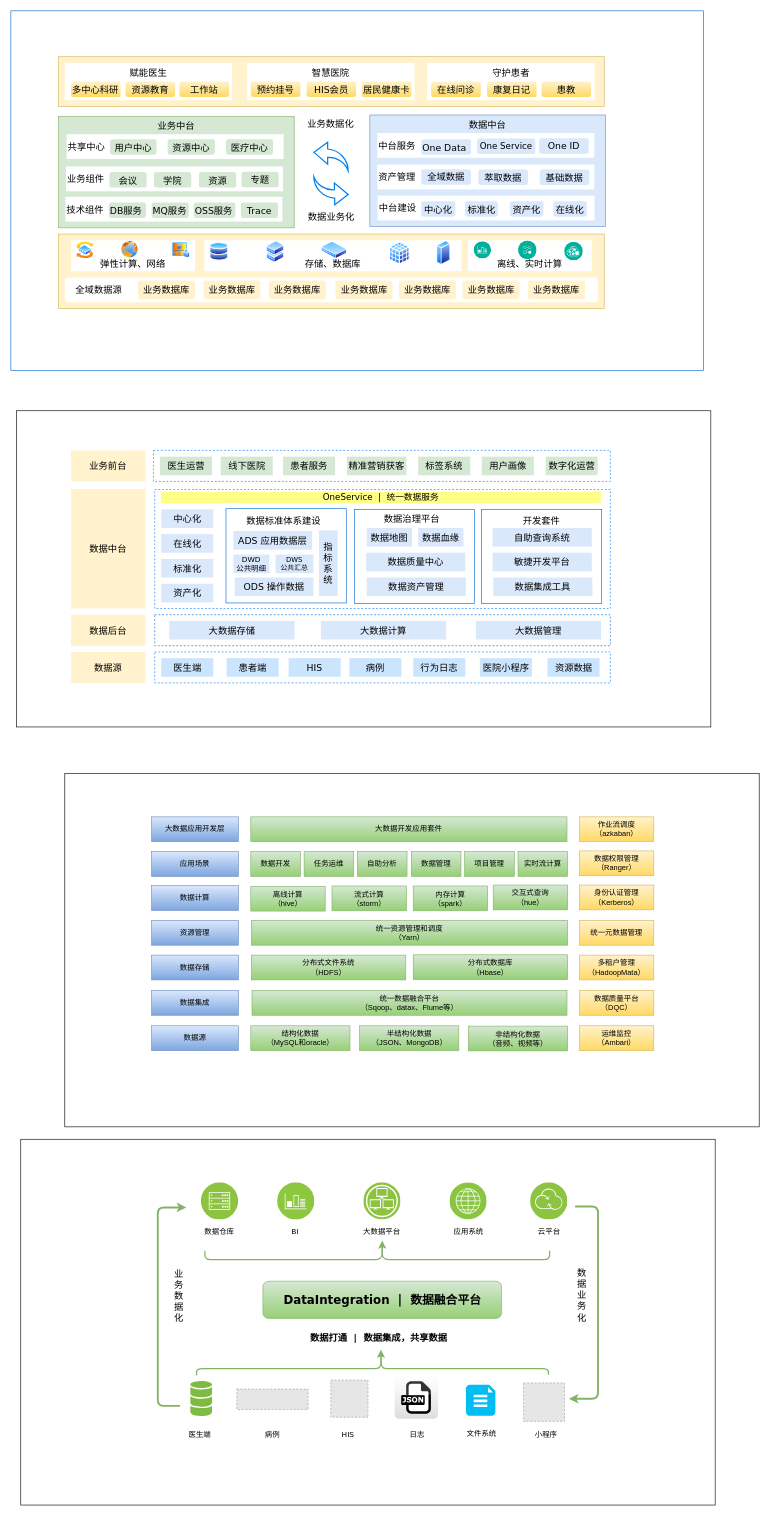
Above: allinmd_data.drawio in vectorxu/draw.io (draw.io), before the change. Source tidied: cells renumbered, new cells numbered last; positions are measured from the earlier drawing's top-left corner, leaving out a move shared by most shapes. Both pictures are drawn from the tidied source at 62%, with x=0, y=0 at pixel (11, 11). Pictures stored in the file or linked from it are replaced by grey dashed boxes.
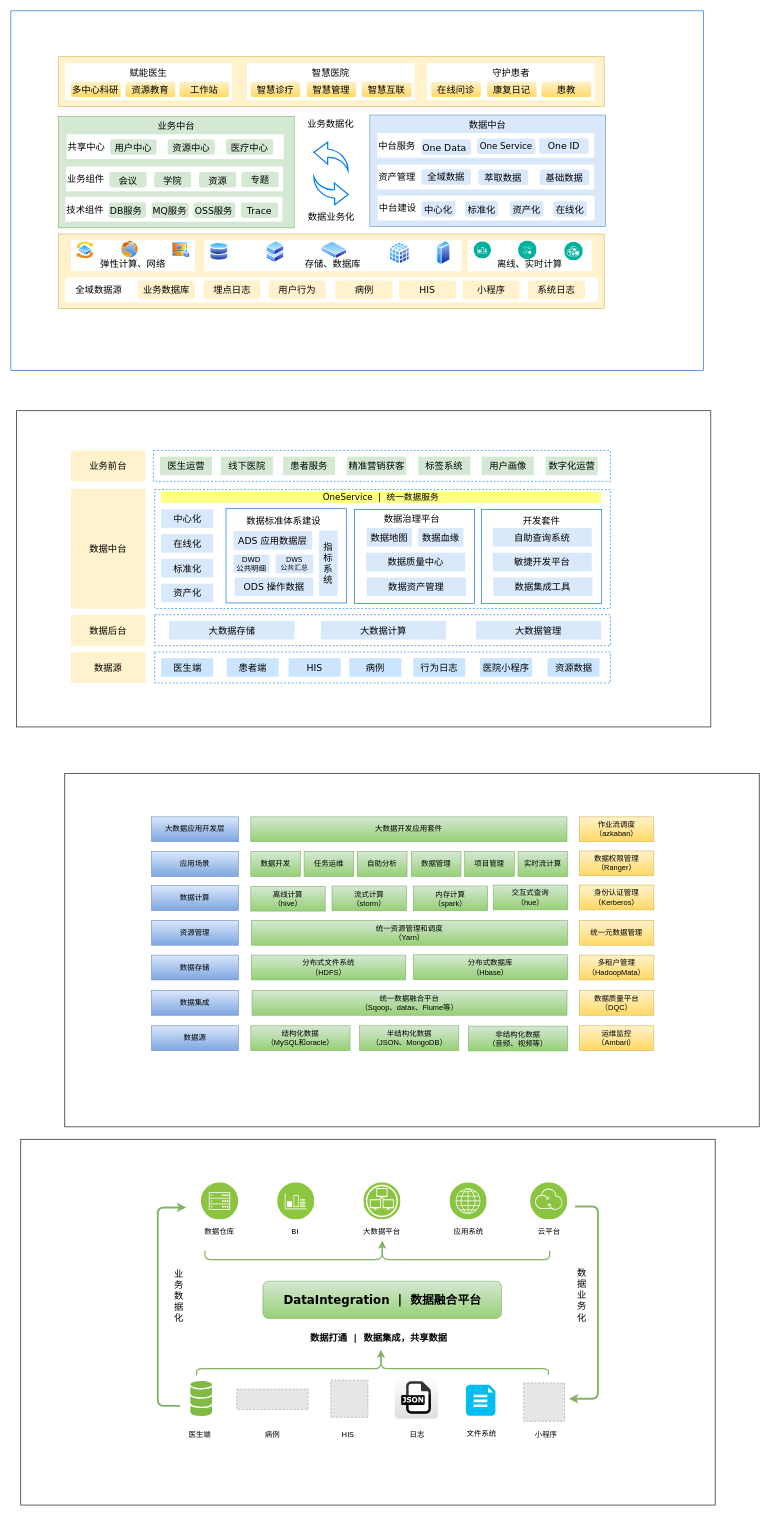
The same page after the edit.

Diff of the diagram source:
```diff
@@
-    <mxCell id="122" value="业务数据库" style="rounded=1;whiteSpace=wrap;html=1;labelBackgroundColor=none;strokeColor=none;strokeWidth=1;fillColor=#fff2cc;fontFamily=Verdana;fontSize=15;" parent="1" vertex="1">
+    <mxCell id="122" value="埋点日志" style="rounded=1;whiteSpace=wrap;html=1;labelBackgroundColor=none;strokeColor=none;strokeWidth=1;fillColor=#fff2cc;fontFamily=Verdana;fontSize=15;" parent="1" vertex="1">
       <mxGeometry x="310.5" y="435" width="92" height="30" as="geometry" />
     </mxCell>
-    <mxCell id="123" value="业务数据库" style="rounded=1;whiteSpace=wrap;html=1;labelBackgroundColor=none;strokeColor=none;strokeWidth=1;fillColor=#fff2cc;fontFamily=Verdana;fontSize=15;" parent="1" vertex="1">
+    <mxCell id="123" value="用户行为" style="rounded=1;whiteSpace=wrap;html=1;labelBackgroundColor=none;strokeColor=none;strokeWidth=1;fillColor=#fff2cc;fontFamily=Verdana;fontSize=15;" parent="1" vertex="1">
       <mxGeometry x="416" y="435" width="92" height="30" as="geometry" />
     </mxCell>
-    <mxCell id="124" value="业务数据库" style="rounded=1;whiteSpace=wrap;html=1;labelBackgroundColor=none;strokeColor=none;strokeWidth=1;fillColor=#fff2cc;fontFamily=Verdana;fontSize=15;" parent="1" vertex="1">
+    <mxCell id="124" value="病例" style="rounded=1;whiteSpace=wrap;html=1;labelBackgroundColor=none;strokeColor=none;strokeWidth=1;fillColor=#fff2cc;fontFamily=Verdana;fontSize=15;" parent="1" vertex="1">
       <mxGeometry x="523.5" y="435" width="92" height="30" as="geometry" />
     </mxCell>
-    <mxCell id="125" value="业务数据库" style="rounded=1;whiteSpace=wrap;html=1;labelBackgroundColor=none;strokeColor=none;strokeWidth=1;fillColor=#fff2cc;fontFamily=Verdana;fontSize=15;" parent="1" vertex="1">
+    <mxCell id="125" value="HIS" style="rounded=1;whiteSpace=wrap;html=1;labelBackgroundColor=none;strokeColor=none;strokeWidth=1;fillColor=#fff2cc;fontFamily=Verdana;fontSize=15;" parent="1" vertex="1">
       <mxGeometry x="626" y="435" width="92" height="30" as="geometry" />
     </mxCell>
-    <mxCell id="126" value="业务数据库" style="rounded=1;whiteSpace=wrap;html=1;labelBackgroundColor=none;strokeColor=none;strokeWidth=1;fillColor=#fff2cc;fontFamily=Verdana;fontSize=15;" parent="1" vertex="1">
+    <mxCell id="126" value="小程序" style="rounded=1;whiteSpace=wrap;html=1;labelBackgroundColor=none;strokeColor=none;strokeWidth=1;fillColor=#fff2cc;fontFamily=Verdana;fontSize=15;" parent="1" vertex="1">
       <mxGeometry x="728.5" y="435" width="92" height="30" as="geometry" />
     </mxCell>
-    <mxCell id="127" value="业务数据库" style="rounded=1;whiteSpace=wrap;html=1;labelBackgroundColor=none;strokeColor=none;strokeWidth=1;fillColor=#fff2cc;fontFamily=Verdana;fontSize=15;" parent="1" vertex="1">
+    <mxCell id="127" value="系统日志" style="rounded=1;whiteSpace=wrap;html=1;labelBackgroundColor=none;strokeColor=none;strokeWidth=1;fillColor=#fff2cc;fontFamily=Verdana;fontSize=15;" parent="1" vertex="1">
       <mxGeometry x="834" y="435" width="92" height="30" as="geometry" />
     </mxCell>
@@
-    <mxCell id="163" value="预约挂号" style="rounded=1;whiteSpace=wrap;html=1;dashed=1;labelBackgroundColor=none;strokeColor=none;strokeWidth=1;fillColor=#fff2cc;gradientColor=#ffd966;fontFamily=Verdana;fontSize=15;align=center;" parent="1" vertex="1">
+    <mxCell id="163" value="智慧诊疗" style="rounded=1;whiteSpace=wrap;html=1;dashed=1;labelBackgroundColor=none;strokeColor=none;strokeWidth=1;fillColor=#fff2cc;gradientColor=#ffd966;fontFamily=Verdana;fontSize=15;align=center;" parent="1" vertex="1">
       <mxGeometry x="387" y="114" width="80" height="25" as="geometry" />
     </mxCell>
-    <mxCell id="164" value="HIS会员" style="rounded=1;whiteSpace=wrap;html=1;dashed=1;labelBackgroundColor=none;strokeColor=none;strokeWidth=1;fillColor=#fff2cc;gradientColor=#ffd966;fontFamily=Verdana;fontSize=15;align=center;" parent="1" vertex="1">
+    <mxCell id="164" value="智慧管理" style="rounded=1;whiteSpace=wrap;html=1;dashed=1;labelBackgroundColor=none;strokeColor=none;strokeWidth=1;fillColor=#fff2cc;gradientColor=#ffd966;fontFamily=Verdana;fontSize=15;align=center;" parent="1" vertex="1">
       <mxGeometry x="477" y="114" width="80" height="25" as="geometry" />
     </mxCell>
-    <mxCell id="165" value="居民健康卡" style="rounded=1;whiteSpace=wrap;html=1;dashed=1;labelBackgroundColor=none;strokeColor=none;strokeWidth=1;fillColor=#fff2cc;gradientColor=#ffd966;fontFamily=Verdana;fontSize=15;align=center;" parent="1" vertex="1">
+    <mxCell id="165" value="智慧互联" style="rounded=1;whiteSpace=wrap;html=1;dashed=1;labelBackgroundColor=none;strokeColor=none;strokeWidth=1;fillColor=#fff2cc;gradientColor=#ffd966;fontFamily=Verdana;fontSize=15;align=center;" parent="1" vertex="1">
       <mxGeometry x="566" y="114" width="80" height="25" as="geometry" />
     </mxCell>
```
